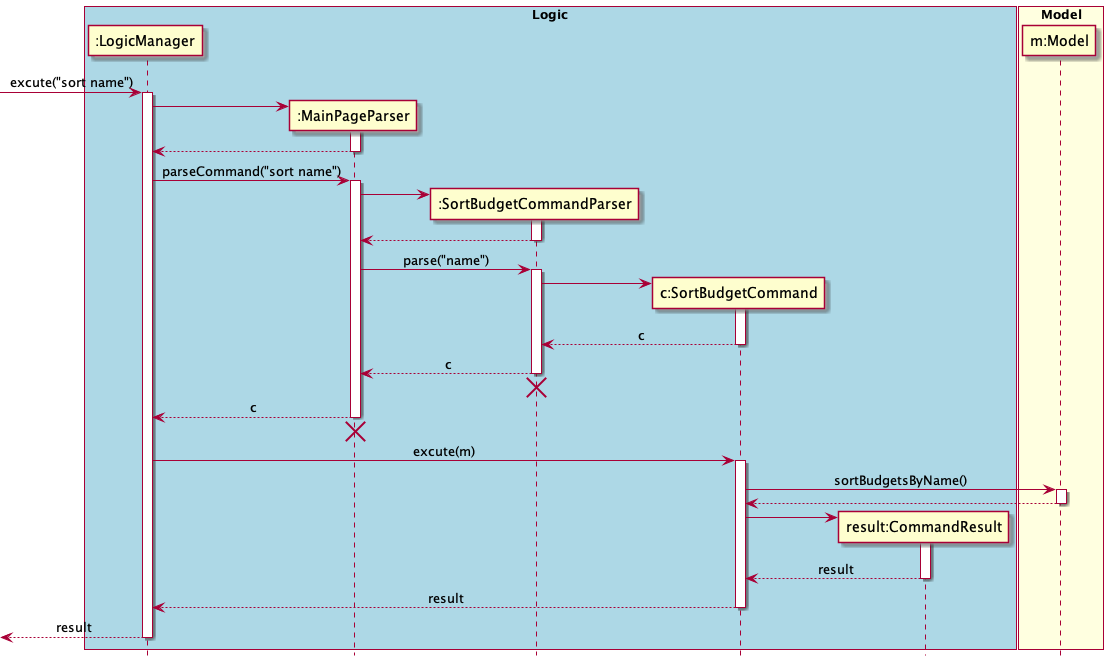
The PlantUML diagram docs/diagrams/commandsPlantUML/diagram/SortBudgetCommand.png in yu-ming-chen/tp, before a commit.
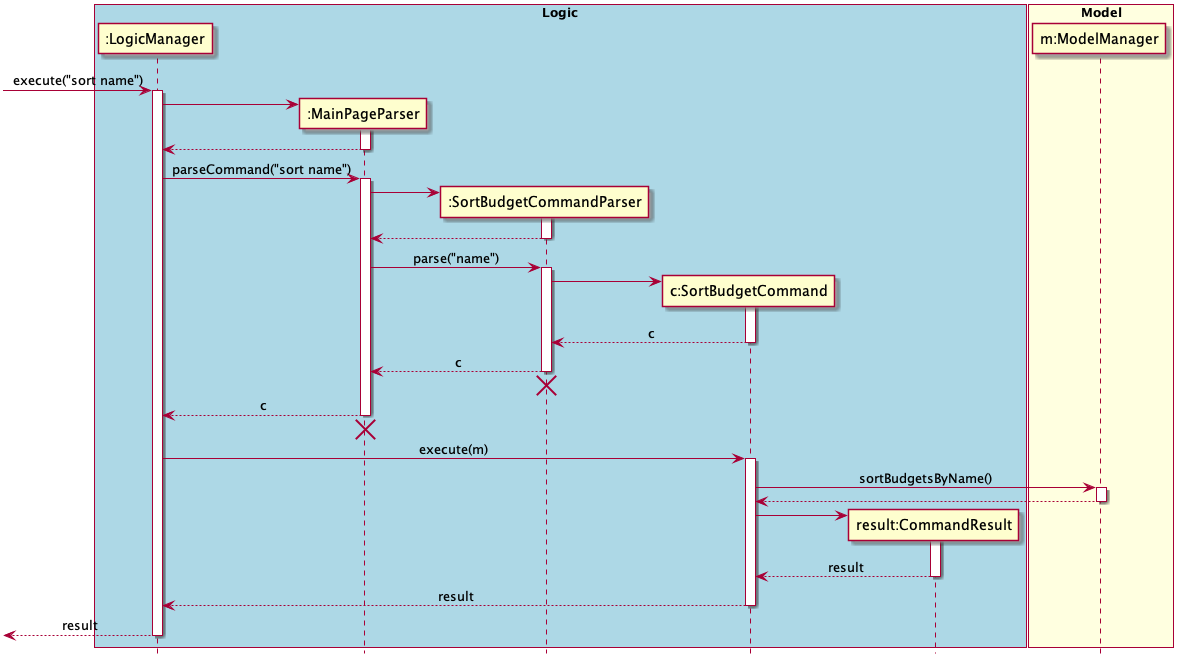
The same diagram one commit later.

Change to the diagram source:
```diff
@@ -13,10 +13,10 @@
 end box
 
 box "Model" #LightYellow
-participant "m:Model" as M
+participant "m:ModelManager" as M
 end box
 
-[-> LM : excute("sort name")
+[-> LM : execute("sort name")
 activate LM
 create MPP
 LM -> MPP
@@ -51,7 +51,7 @@
 destroy MPP
 
 
-LM -> SBC: excute(m)
+LM -> SBC: execute(m)
 activate SBC
 SBC -> M : sortBudgetsByName()
 activate M
```
